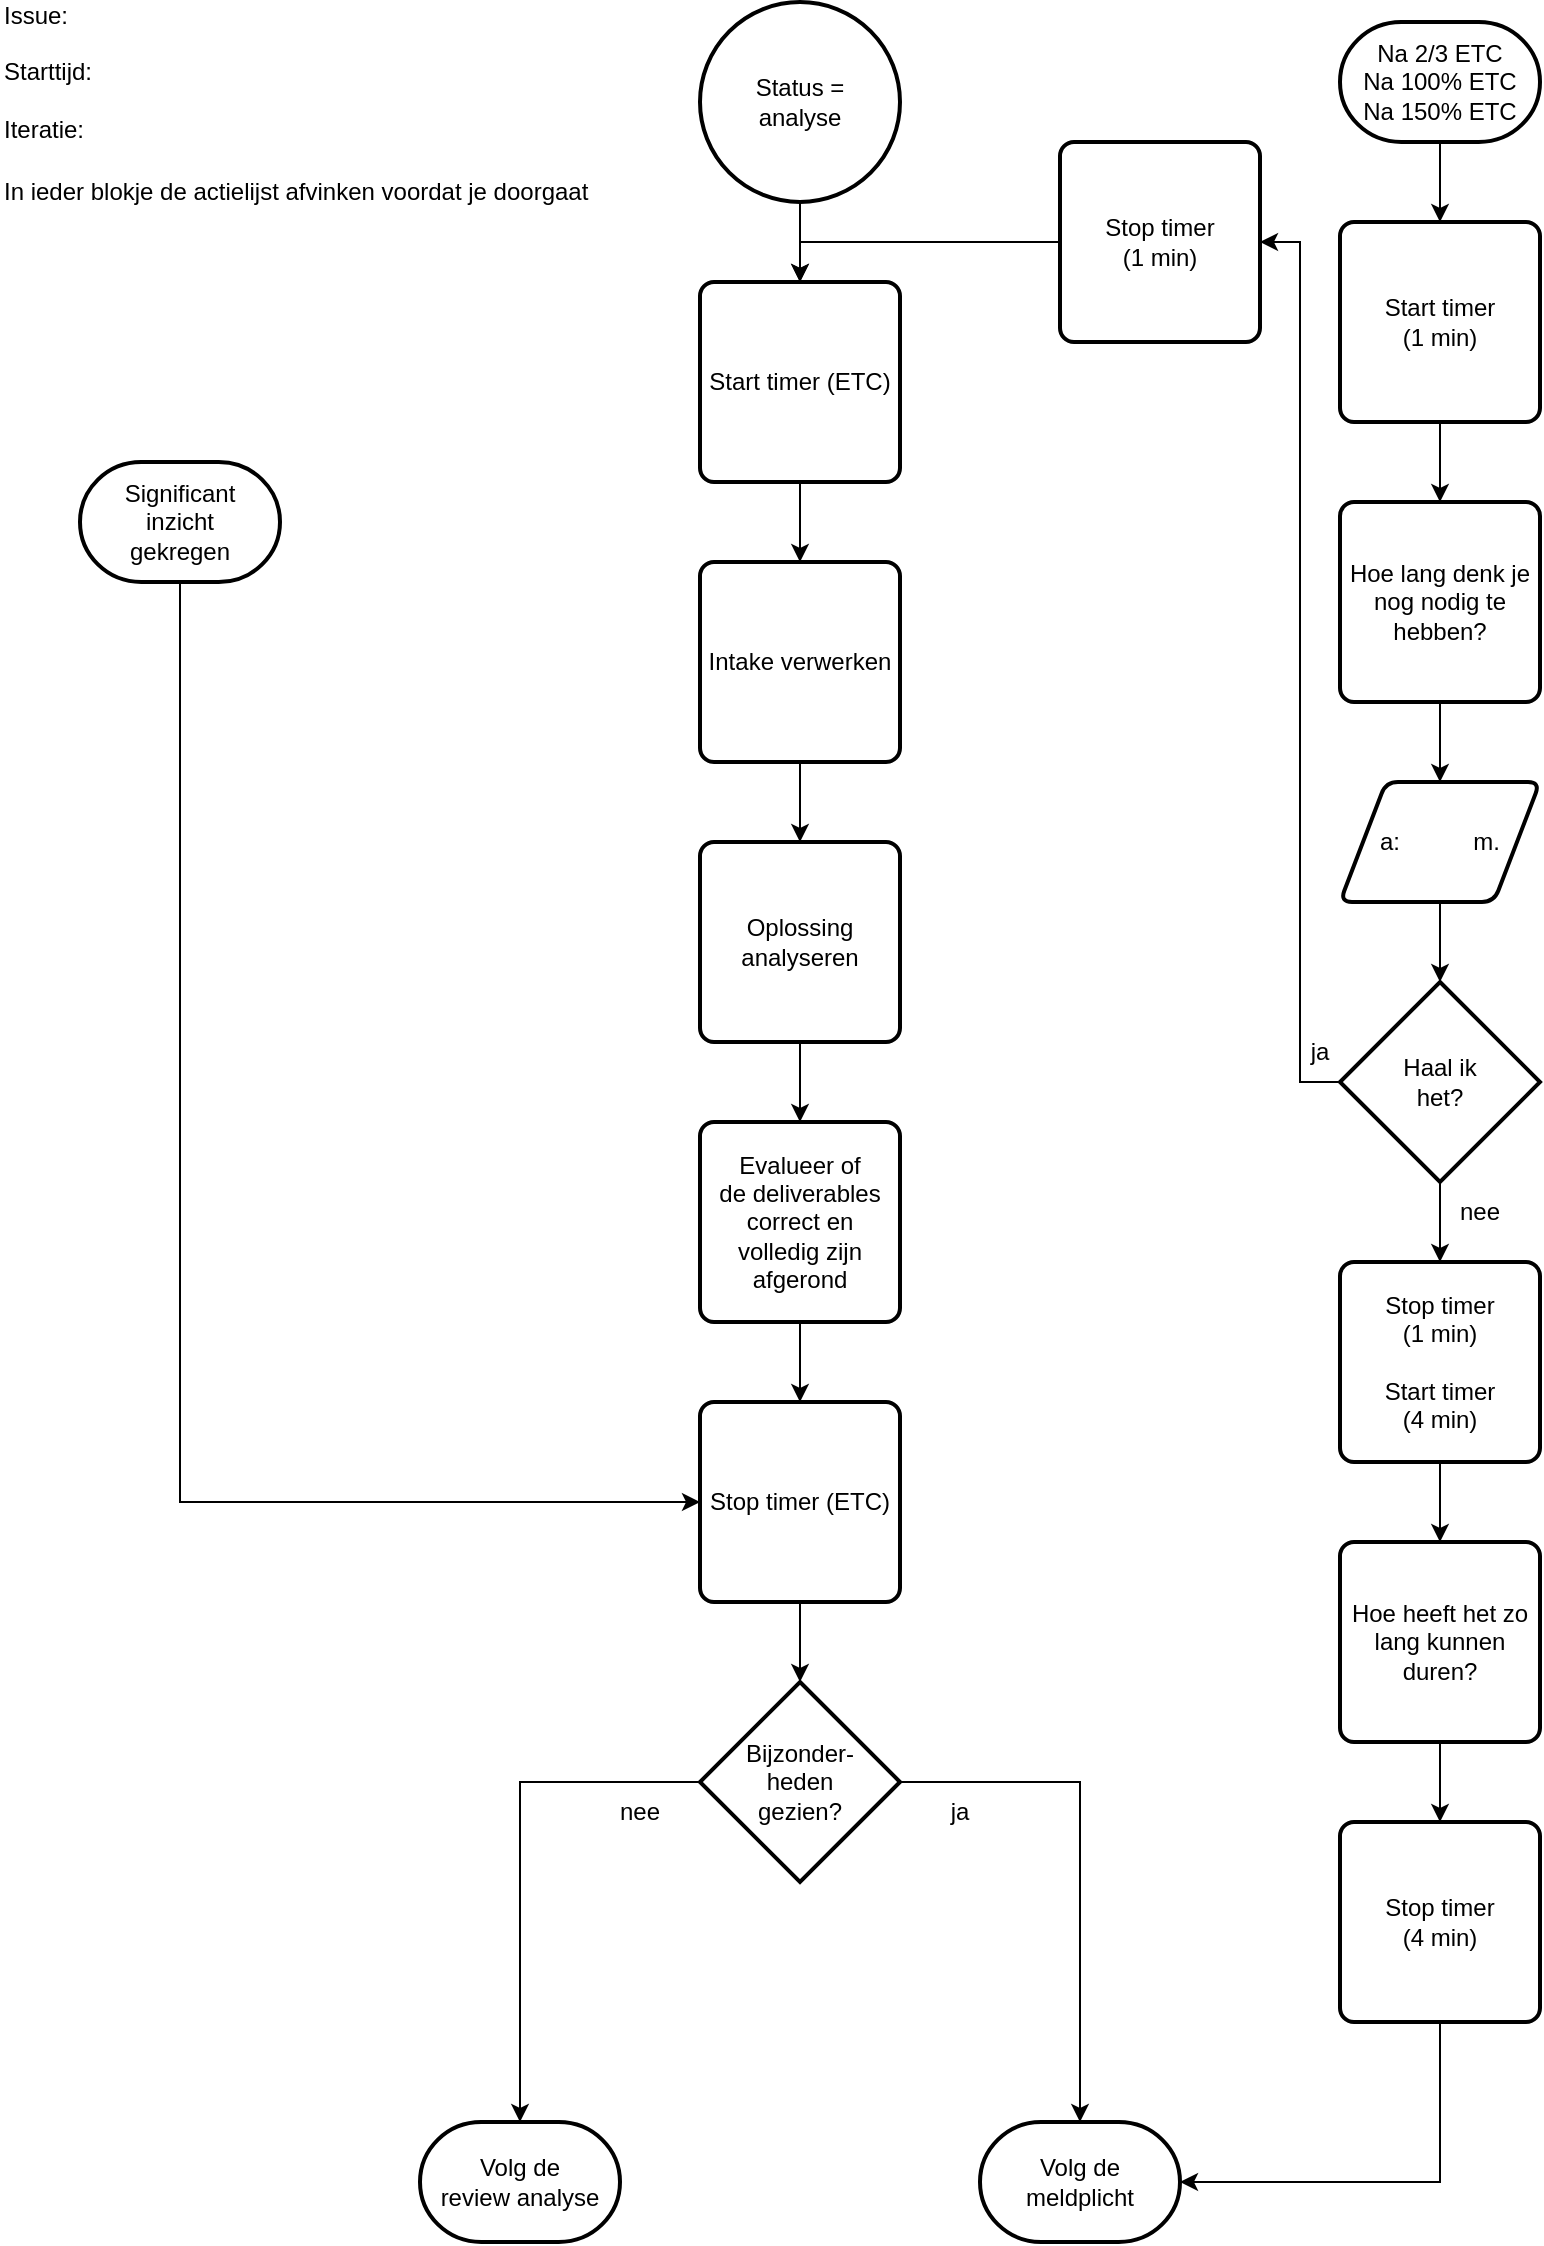
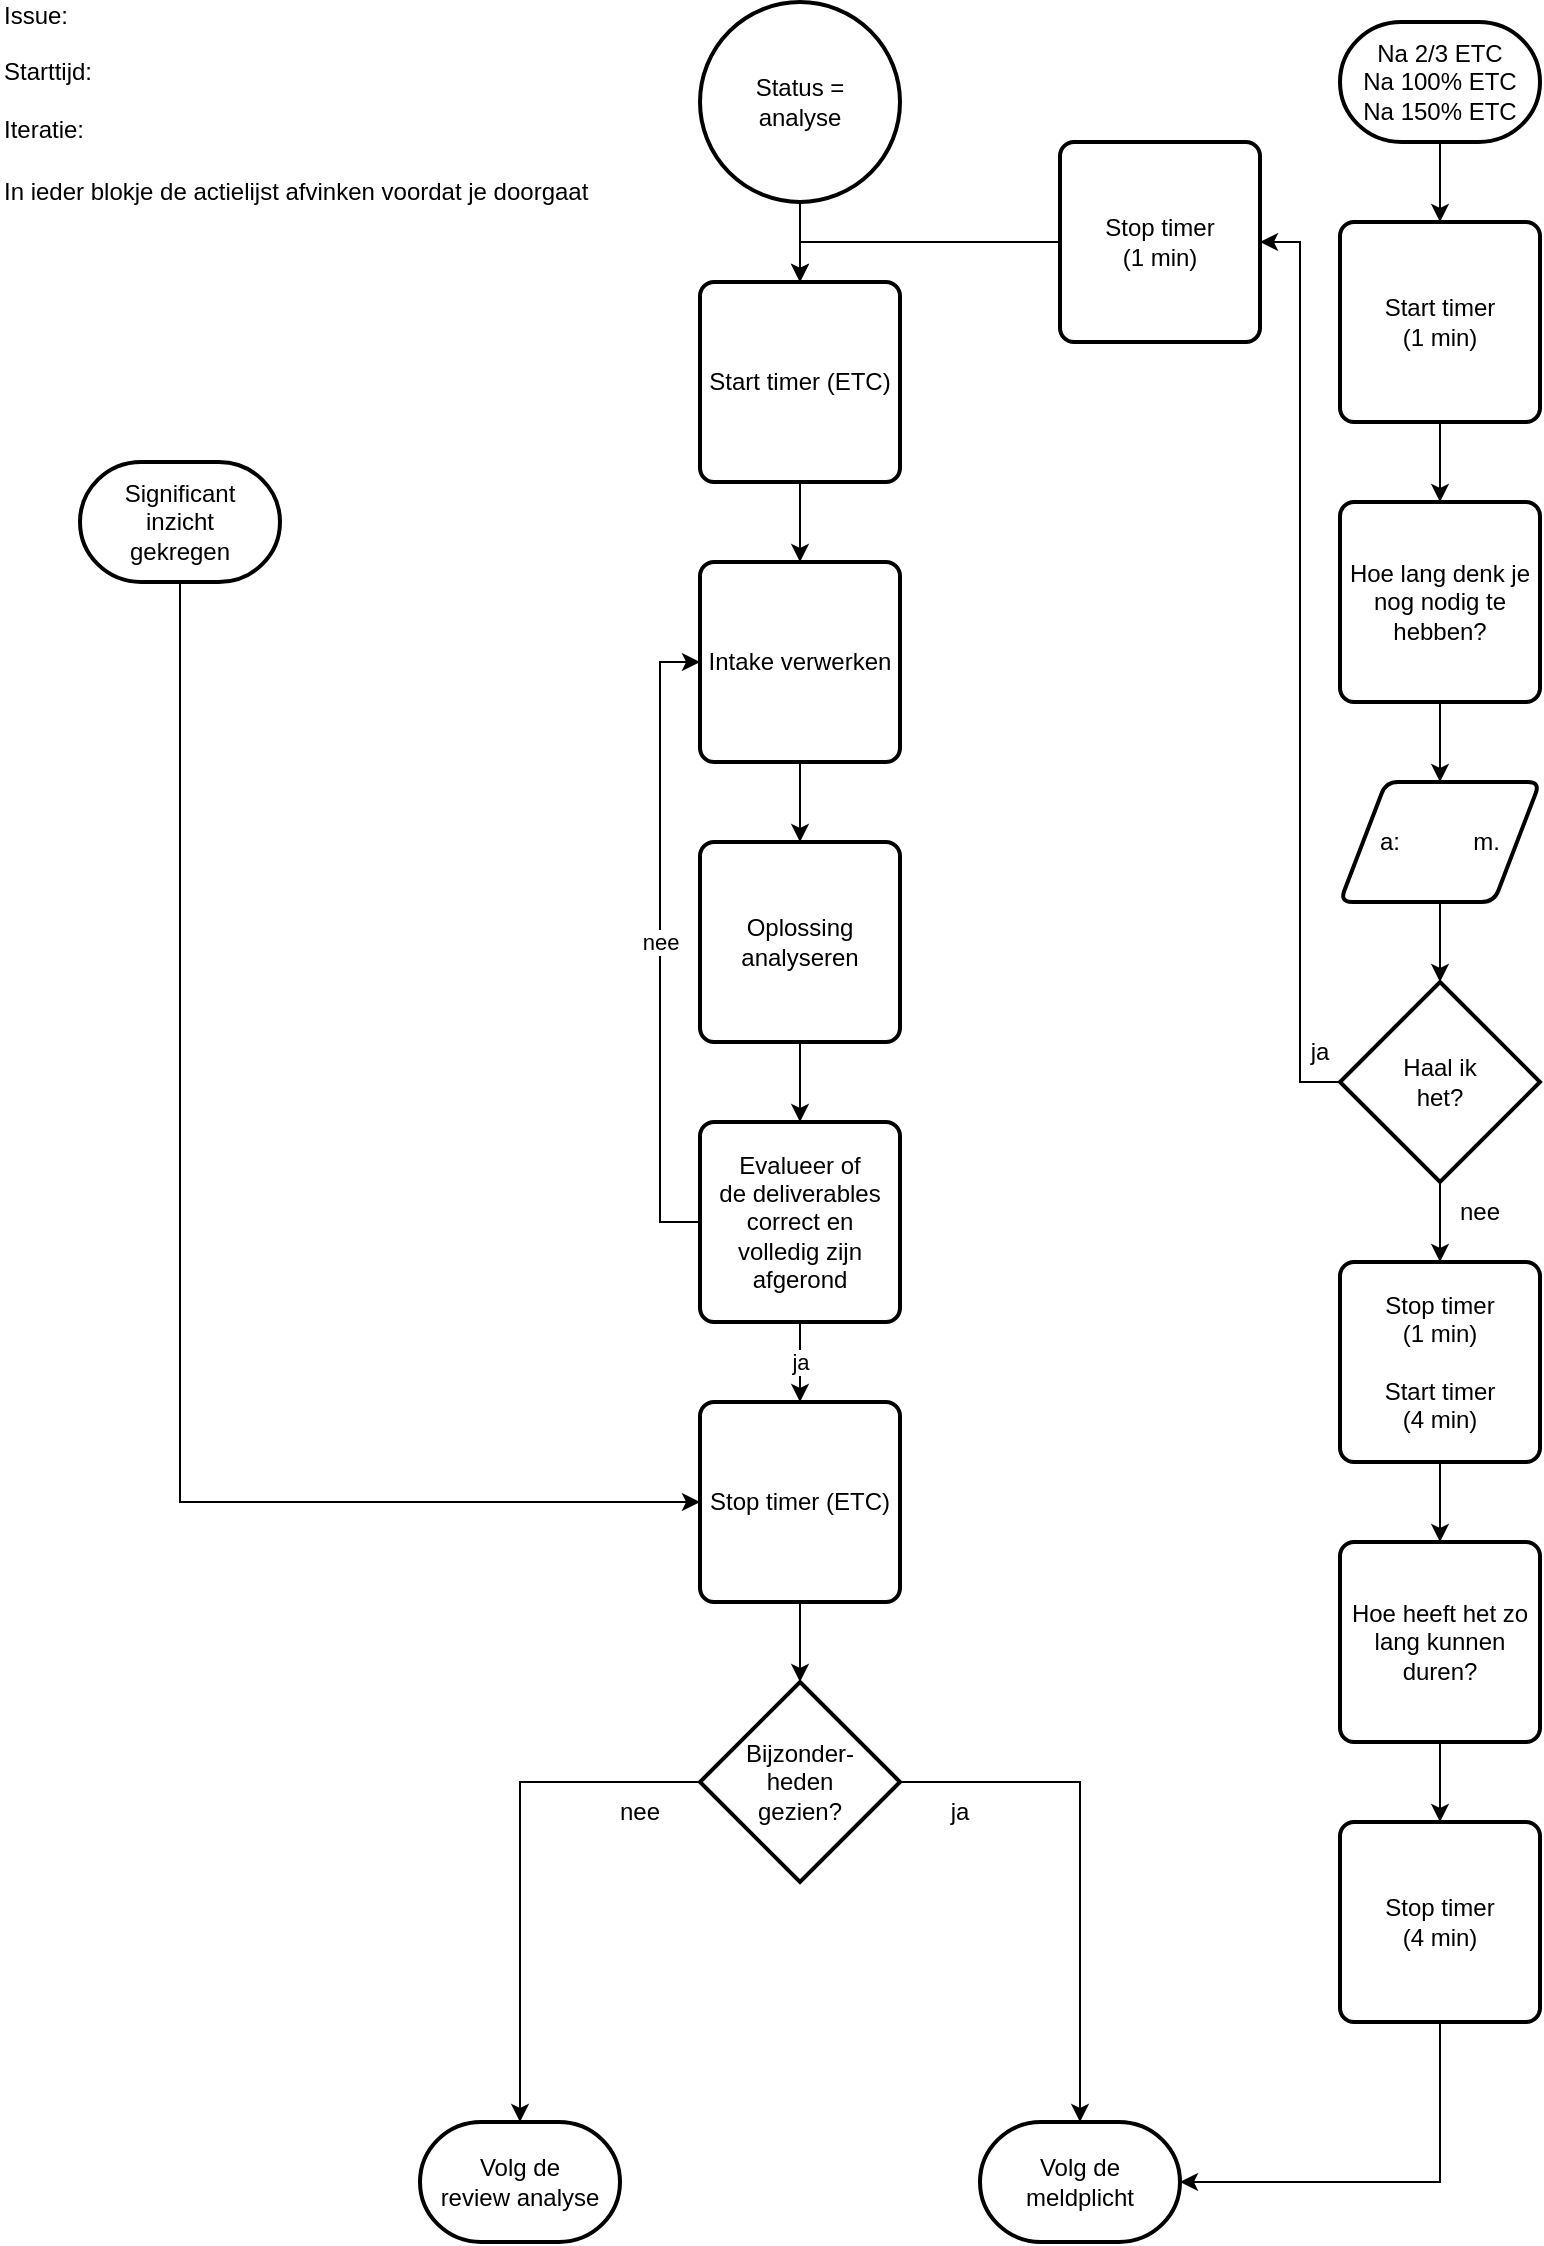
<mxfile host="Electron" agent="Mozilla/5.0 (Windows NT 10.0; Win64; x64) AppleWebKit/537.36 (KHTML, like Gecko) Chrome/143.0.0.0 Safari/537.36">
  <diagram name="Page-1" id="N1ihbLb1V8zAQBHubTxZ">
    <mxGraphModel dx="1685" dy="2321" grid="1" gridSize="10" guides="1" tooltips="1" connect="1" arrows="1" fold="1" page="1" pageScale="1" pageWidth="827" pageHeight="1169" math="0" shadow="0">
      <root>
        <mxCell id="0" />
        <mxCell id="1" parent="0" />
        <mxCell id="XXgrilK3sBboaJHVpPJj-1" edge="1" parent="1" source="XXgrilK3sBboaJHVpPJj-2" style="edgeStyle=orthogonalEdgeStyle;rounded=0;orthogonalLoop=1;jettySize=auto;html=1;" target="XXgrilK3sBboaJHVpPJj-35" value="">
          <mxGeometry relative="1" as="geometry" />
        </mxCell>
        <object label="Status =&lt;br&gt;analyse" Action="301" id="XXgrilK3sBboaJHVpPJj-2">
          <mxCell parent="1" style="strokeWidth=2;html=1;shape=mxgraph.flowchart.start_2;whiteSpace=wrap;" vertex="1">
            <mxGeometry height="100" width="100" x="360" y="-1160" as="geometry" />
          </mxCell>
        </object>
-         <mxCell id="XXgrilK3sBboaJHVpPJj-3" edge="1" parent="1" source="XXgrilK3sBboaJHVpPJj-4" style="edgeStyle=orthogonalEdgeStyle;rounded=0;orthogonalLoop=1;jettySize=auto;html=1;" target="XXgrilK3sBboaJHVpPJj-37" value="">
+         <mxCell id="XXgrilK3sBboaJHVpPJj-3" edge="1" parent="1" source="XXgrilK3sBboaJHVpPJj-4" style="edgeStyle=orthogonalEdgeStyle;rounded=0;orthogonalLoop=1;jettySize=auto;html=1;" target="XXgrilK3sBboaJHVpPJj-37" value="ja">
+           <mxGeometry relative="1" as="geometry" />
+         </mxCell>
+         <mxCell id="XXgrilK3sBboaJHVpPJj-4_nee" edge="1" parent="1" source="XXgrilK3sBboaJHVpPJj-4" style="edgeStyle=orthogonalEdgeStyle;rounded=0;orthogonalLoop=1;jettySize=auto;html=1;exitX=0;exitY=0.5;exitDx=0;exitDy=0;entryX=0;entryY=0.5;entryDx=0;entryDy=0;" target="XXgrilK3sBboaJHVpPJj-28" value="nee">
          <mxGeometry relative="1" as="geometry" />
        </mxCell>
        <object label="Evalueer of&lt;br&gt;de deliverables&lt;br&gt;correct en&lt;br&gt;volledig zijn&lt;br&gt;afgerond" Action="305" id="XXgrilK3sBboaJHVpPJj-4">
          <mxCell parent="1" style="rounded=1;whiteSpace=wrap;html=1;absoluteArcSize=1;arcSize=14;strokeWidth=2;" vertex="1">
            <mxGeometry height="100" width="100" x="360" y="-600" as="geometry" />
          </mxCell>
        </object>
        <object label="Volg de&lt;br&gt;review analyse" Action="307T" id="XXgrilK3sBboaJHVpPJj-5">
          <mxCell parent="1" style="strokeWidth=2;html=1;shape=mxgraph.flowchart.terminator;whiteSpace=wrap;" vertex="1">
            <mxGeometry height="60" width="100" x="220" y="-100" as="geometry" />
          </mxCell>
        </object>
        <mxCell id="XXgrilK3sBboaJHVpPJj-6" edge="1" parent="1" source="XXgrilK3sBboaJHVpPJj-7" style="edgeStyle=orthogonalEdgeStyle;rounded=0;orthogonalLoop=1;jettySize=auto;html=1;exitX=0.5;exitY=1;exitDx=0;exitDy=0;exitPerimeter=0;entryX=0;entryY=0.5;entryDx=0;entryDy=0;" target="XXgrilK3sBboaJHVpPJj-37">
          <mxGeometry relative="1" as="geometry" />
        </mxCell>
        <object label="Significant&lt;br&gt;inzicht&lt;br&gt;gekregen" Action="315" id="XXgrilK3sBboaJHVpPJj-7">
          <mxCell parent="1" style="strokeWidth=2;html=1;shape=mxgraph.flowchart.terminator;whiteSpace=wrap;" vertex="1">
            <mxGeometry height="60" width="100" x="50" y="-930" as="geometry" />
          </mxCell>
        </object>
        <mxCell id="XXgrilK3sBboaJHVpPJj-8" edge="1" parent="1" source="XXgrilK3sBboaJHVpPJj-9" style="edgeStyle=orthogonalEdgeStyle;rounded=0;orthogonalLoop=1;jettySize=auto;html=1;" target="XXgrilK3sBboaJHVpPJj-11" value="">
          <mxGeometry relative="1" as="geometry" />
        </mxCell>
        <object label="Na 2/3 ETC&lt;br&gt;Na 100% ETC&lt;br&gt;Na 150% ETC" Action="308" id="XXgrilK3sBboaJHVpPJj-9">
          <mxCell parent="1" style="strokeWidth=2;html=1;shape=mxgraph.flowchart.terminator;whiteSpace=wrap;" vertex="1">
            <mxGeometry height="60" width="100" x="680" y="-1150" as="geometry" />
          </mxCell>
        </object>
        <mxCell id="XXgrilK3sBboaJHVpPJj-10" edge="1" parent="1" source="XXgrilK3sBboaJHVpPJj-11" style="edgeStyle=orthogonalEdgeStyle;rounded=0;orthogonalLoop=1;jettySize=auto;html=1;" target="XXgrilK3sBboaJHVpPJj-13" value="">
          <mxGeometry relative="1" as="geometry" />
        </mxCell>
        <object label="Start timer&lt;br&gt;(1 min)" Action="309" id="XXgrilK3sBboaJHVpPJj-11">
          <mxCell parent="1" style="rounded=1;whiteSpace=wrap;html=1;absoluteArcSize=1;arcSize=14;strokeWidth=2;" vertex="1">
            <mxGeometry height="100" width="100" x="680" y="-1050" as="geometry" />
          </mxCell>
        </object>
        <mxCell id="XXgrilK3sBboaJHVpPJj-12" edge="1" parent="1" source="XXgrilK3sBboaJHVpPJj-13" style="edgeStyle=orthogonalEdgeStyle;rounded=0;orthogonalLoop=1;jettySize=auto;html=1;" target="XXgrilK3sBboaJHVpPJj-30" value="">
          <mxGeometry relative="1" as="geometry" />
        </mxCell>
        <object label="Hoe lang denk je nog nodig te hebben?" Action="310" id="XXgrilK3sBboaJHVpPJj-13">
          <mxCell parent="1" style="rounded=1;whiteSpace=wrap;html=1;absoluteArcSize=1;arcSize=14;strokeWidth=2;" vertex="1">
            <mxGeometry height="100" width="100" x="680" y="-910" as="geometry" />
          </mxCell>
        </object>
        <mxCell id="XXgrilK3sBboaJHVpPJj-14" edge="1" parent="1" source="XXgrilK3sBboaJHVpPJj-16" style="edgeStyle=orthogonalEdgeStyle;rounded=0;orthogonalLoop=1;jettySize=auto;html=1;exitX=0;exitY=0.5;exitDx=0;exitDy=0;exitPerimeter=0;entryX=1;entryY=0.5;entryDx=0;entryDy=0;" target="XXgrilK3sBboaJHVpPJj-18">
          <mxGeometry relative="1" as="geometry" />
        </mxCell>
        <mxCell id="XXgrilK3sBboaJHVpPJj-15" edge="1" parent="1" source="XXgrilK3sBboaJHVpPJj-16" style="edgeStyle=orthogonalEdgeStyle;rounded=0;orthogonalLoop=1;jettySize=auto;html=1;exitX=0.5;exitY=1;exitDx=0;exitDy=0;exitPerimeter=0;entryX=0.5;entryY=0;entryDx=0;entryDy=0;" target="XXgrilK3sBboaJHVpPJj-22">
          <mxGeometry relative="1" as="geometry" />
        </mxCell>
        <object label="Haal ik&lt;br&gt;het?" Action="312" id="XXgrilK3sBboaJHVpPJj-16">
          <mxCell parent="1" style="strokeWidth=2;html=1;shape=mxgraph.flowchart.decision;whiteSpace=wrap;" vertex="1">
            <mxGeometry height="100" width="100" x="680" y="-670" as="geometry" />
          </mxCell>
        </object>
        <mxCell id="XXgrilK3sBboaJHVpPJj-17" edge="1" parent="1" source="XXgrilK3sBboaJHVpPJj-18" style="edgeStyle=orthogonalEdgeStyle;rounded=0;orthogonalLoop=1;jettySize=auto;html=1;exitX=0;exitY=0.5;exitDx=0;exitDy=0;entryX=0.5;entryY=0;entryDx=0;entryDy=0;" target="XXgrilK3sBboaJHVpPJj-35">
          <mxGeometry relative="1" as="geometry" />
        </mxCell>
        <object label="Stop timer&lt;br&gt;(1 min)" Action="312T" id="XXgrilK3sBboaJHVpPJj-18">
          <mxCell parent="1" style="rounded=1;whiteSpace=wrap;html=1;absoluteArcSize=1;arcSize=14;strokeWidth=2;" vertex="1">
            <mxGeometry height="100" width="100" x="540" y="-1090" as="geometry" />
          </mxCell>
        </object>
        <mxCell id="XXgrilK3sBboaJHVpPJj-19" parent="1" style="text;html=1;whiteSpace=wrap;strokeColor=none;fillColor=none;align=center;verticalAlign=middle;rounded=0;" value="ja" vertex="1">
          <mxGeometry height="30" width="60" x="640" y="-650" as="geometry" />
        </mxCell>
        <mxCell id="XXgrilK3sBboaJHVpPJj-20" parent="1" style="text;html=1;whiteSpace=wrap;strokeColor=none;fillColor=none;align=center;verticalAlign=middle;rounded=0;" value="nee" vertex="1">
          <mxGeometry height="30" width="60" x="720" y="-570" as="geometry" />
        </mxCell>
        <mxCell id="XXgrilK3sBboaJHVpPJj-21" edge="1" parent="1" source="XXgrilK3sBboaJHVpPJj-22" style="edgeStyle=orthogonalEdgeStyle;rounded=0;orthogonalLoop=1;jettySize=auto;html=1;" target="XXgrilK3sBboaJHVpPJj-24" value="">
          <mxGeometry relative="1" as="geometry" />
        </mxCell>
        <object label="Stop timer&lt;br&gt;(1 min)&lt;br&gt;&lt;br&gt;Start timer&lt;br&gt;(4 min)" Action="312F" id="XXgrilK3sBboaJHVpPJj-22">
          <mxCell parent="1" style="rounded=1;whiteSpace=wrap;html=1;absoluteArcSize=1;arcSize=14;strokeWidth=2;" vertex="1">
            <mxGeometry height="100" width="100" x="680" y="-530" as="geometry" />
          </mxCell>
        </object>
        <mxCell id="XXgrilK3sBboaJHVpPJj-23" edge="1" parent="1" source="XXgrilK3sBboaJHVpPJj-24" style="edgeStyle=orthogonalEdgeStyle;rounded=0;orthogonalLoop=1;jettySize=auto;html=1;" target="XXgrilK3sBboaJHVpPJj-32" value="">
          <mxGeometry relative="1" as="geometry" />
        </mxCell>
        <object label="Hoe heeft het zo lang kunnen duren?" Action="313" id="XXgrilK3sBboaJHVpPJj-24">
          <mxCell parent="1" style="rounded=1;whiteSpace=wrap;html=1;absoluteArcSize=1;arcSize=14;strokeWidth=2;" vertex="1">
            <mxGeometry height="100" width="100" x="680" y="-390" as="geometry" />
          </mxCell>
        </object>
        <mxCell id="XXgrilK3sBboaJHVpPJj-25" edge="1" parent="1" source="XXgrilK3sBboaJHVpPJj-26" style="edgeStyle=orthogonalEdgeStyle;rounded=0;orthogonalLoop=1;jettySize=auto;html=1;exitX=0.5;exitY=1;exitDx=0;exitDy=0;entryX=0.5;entryY=0;entryDx=0;entryDy=0;" target="XXgrilK3sBboaJHVpPJj-4">
          <mxGeometry relative="1" as="geometry" />
        </mxCell>
        <object label="Oplossing analyseren" Action="304" id="XXgrilK3sBboaJHVpPJj-26">
          <mxCell parent="1" style="rounded=1;whiteSpace=wrap;html=1;absoluteArcSize=1;arcSize=14;strokeWidth=2;" vertex="1">
            <mxGeometry height="100" width="100" x="360" y="-740" as="geometry" />
          </mxCell>
        </object>
        <mxCell id="XXgrilK3sBboaJHVpPJj-27" edge="1" parent="1" source="XXgrilK3sBboaJHVpPJj-28" style="edgeStyle=orthogonalEdgeStyle;rounded=0;orthogonalLoop=1;jettySize=auto;html=1;exitX=0.5;exitY=1;exitDx=0;exitDy=0;entryX=0.5;entryY=0;entryDx=0;entryDy=0;" target="XXgrilK3sBboaJHVpPJj-26">
          <mxGeometry relative="1" as="geometry" />
        </mxCell>
        <object label="Intake verwerken" Action="303" id="XXgrilK3sBboaJHVpPJj-28">
          <mxCell parent="1" style="rounded=1;whiteSpace=wrap;html=1;absoluteArcSize=1;arcSize=14;strokeWidth=2;" vertex="1">
            <mxGeometry height="100" width="100" x="360" y="-880" as="geometry" />
          </mxCell>
        </object>
        <mxCell id="XXgrilK3sBboaJHVpPJj-29" parent="1" style="text;html=1;align=left;verticalAlign=middle;whiteSpace=wrap;rounded=0;" value="Issue:&amp;nbsp; &amp;nbsp;&lt;br&gt;&lt;br&gt;Starttijd:&lt;br&gt;&lt;br&gt;Iteratie:&amp;nbsp;" vertex="1">
          <mxGeometry height="30" width="60" x="10" y="-1140" as="geometry" />
        </mxCell>
        <object label="a:&amp;nbsp; &amp;nbsp; &amp;nbsp; &amp;nbsp; &amp;nbsp; &amp;nbsp;m." Action="311" id="XXgrilK3sBboaJHVpPJj-30">
          <mxCell parent="1" style="shape=parallelogram;html=1;strokeWidth=2;perimeter=parallelogramPerimeter;whiteSpace=wrap;rounded=1;arcSize=12;size=0.23;" vertex="1">
            <mxGeometry height="60" width="100" x="680" y="-770" as="geometry" />
          </mxCell>
        </object>
        <mxCell id="XXgrilK3sBboaJHVpPJj-31" edge="1" parent="1" source="XXgrilK3sBboaJHVpPJj-30" style="edgeStyle=orthogonalEdgeStyle;rounded=0;orthogonalLoop=1;jettySize=auto;html=1;exitX=0.5;exitY=1;exitDx=0;exitDy=0;entryX=0.5;entryY=0;entryDx=0;entryDy=0;entryPerimeter=0;" target="XXgrilK3sBboaJHVpPJj-16">
          <mxGeometry relative="1" as="geometry" />
        </mxCell>
        <object label="Stop timer&lt;br&gt;(4 min)" Action="314" id="XXgrilK3sBboaJHVpPJj-32">
          <mxCell parent="1" style="rounded=1;whiteSpace=wrap;html=1;absoluteArcSize=1;arcSize=14;strokeWidth=2;" vertex="1">
            <mxGeometry height="100" width="100" x="680" y="-250" as="geometry" />
          </mxCell>
        </object>
        <mxCell id="XXgrilK3sBboaJHVpPJj-33" parent="1" style="text;html=1;whiteSpace=wrap;strokeColor=none;fillColor=none;align=left;verticalAlign=middle;rounded=0;labelPosition=center;verticalLabelPosition=middle;" value="In ieder blokje de actielijst afvinken voordat je doorgaat" vertex="1">
          <mxGeometry height="30" width="300" x="10" y="-1080" as="geometry" />
        </mxCell>
        <mxCell id="XXgrilK3sBboaJHVpPJj-34" edge="1" parent="1" source="XXgrilK3sBboaJHVpPJj-35" style="edgeStyle=orthogonalEdgeStyle;rounded=0;orthogonalLoop=1;jettySize=auto;html=1;" target="XXgrilK3sBboaJHVpPJj-28" value="">
          <mxGeometry relative="1" as="geometry" />
        </mxCell>
        <object label="&lt;font&gt;Start timer (ETC)&lt;/font&gt;" Action="302" id="XXgrilK3sBboaJHVpPJj-35">
          <mxCell parent="1" style="rounded=1;whiteSpace=wrap;html=1;absoluteArcSize=1;arcSize=14;strokeWidth=2;" vertex="1">
            <mxGeometry height="100" width="100" x="360" y="-1020" as="geometry" />
          </mxCell>
        </object>
        <mxCell id="XXgrilK3sBboaJHVpPJj-36" edge="1" parent="1" source="XXgrilK3sBboaJHVpPJj-37" style="edgeStyle=orthogonalEdgeStyle;rounded=0;orthogonalLoop=1;jettySize=auto;html=1;" target="XXgrilK3sBboaJHVpPJj-39" value="">
          <mxGeometry relative="1" as="geometry" />
        </mxCell>
        <object label="Stop timer (ETC)" Action="306" id="XXgrilK3sBboaJHVpPJj-37">
          <mxCell parent="1" style="rounded=1;whiteSpace=wrap;html=1;absoluteArcSize=1;arcSize=14;strokeWidth=2;" vertex="1">
            <mxGeometry height="100" width="100" x="360" y="-460" as="geometry" />
          </mxCell>
        </object>
        <object label="Volg de&lt;br&gt;meldplicht" Action="307F" id="XXgrilK3sBboaJHVpPJj-38">
          <mxCell parent="1" style="strokeWidth=2;html=1;shape=mxgraph.flowchart.terminator;whiteSpace=wrap;" vertex="1">
            <mxGeometry height="60" width="100" x="500" y="-100" as="geometry" />
          </mxCell>
        </object>
        <object label="Bijzonder-&lt;br&gt;heden&lt;br&gt;gezien?" Action="307" id="XXgrilK3sBboaJHVpPJj-39">
          <mxCell parent="1" style="strokeWidth=2;html=1;shape=mxgraph.flowchart.decision;whiteSpace=wrap;" vertex="1">
            <mxGeometry height="100" width="100" x="360" y="-320" as="geometry" />
          </mxCell>
        </object>
        <mxCell id="XXgrilK3sBboaJHVpPJj-40" parent="1" style="text;html=1;whiteSpace=wrap;strokeColor=none;fillColor=none;align=center;verticalAlign=middle;rounded=0;" value="nee" vertex="1">
          <mxGeometry height="30" width="60" x="300" y="-270" as="geometry" />
        </mxCell>
        <mxCell id="XXgrilK3sBboaJHVpPJj-41" parent="1" style="text;html=1;whiteSpace=wrap;strokeColor=none;fillColor=none;align=center;verticalAlign=middle;rounded=0;" value="ja" vertex="1">
          <mxGeometry height="30" width="60" x="460" y="-270" as="geometry" />
        </mxCell>
        <mxCell id="XXgrilK3sBboaJHVpPJj-42" edge="1" parent="1" source="XXgrilK3sBboaJHVpPJj-32" style="edgeStyle=orthogonalEdgeStyle;rounded=0;orthogonalLoop=1;jettySize=auto;html=1;exitX=0.5;exitY=1;exitDx=0;exitDy=0;entryX=1;entryY=0.5;entryDx=0;entryDy=0;entryPerimeter=0;" target="XXgrilK3sBboaJHVpPJj-38">
          <mxGeometry relative="1" as="geometry" />
        </mxCell>
        <mxCell id="XXgrilK3sBboaJHVpPJj-43" edge="1" parent="1" source="XXgrilK3sBboaJHVpPJj-39" style="edgeStyle=orthogonalEdgeStyle;rounded=0;orthogonalLoop=1;jettySize=auto;html=1;exitX=1;exitY=0.5;exitDx=0;exitDy=0;exitPerimeter=0;entryX=0.5;entryY=0;entryDx=0;entryDy=0;entryPerimeter=0;" target="XXgrilK3sBboaJHVpPJj-38">
          <mxGeometry relative="1" as="geometry" />
        </mxCell>
        <mxCell id="XXgrilK3sBboaJHVpPJj-44" edge="1" parent="1" source="XXgrilK3sBboaJHVpPJj-39" style="edgeStyle=orthogonalEdgeStyle;rounded=0;orthogonalLoop=1;jettySize=auto;html=1;exitX=0;exitY=0.5;exitDx=0;exitDy=0;exitPerimeter=0;entryX=0.5;entryY=0;entryDx=0;entryDy=0;entryPerimeter=0;" target="XXgrilK3sBboaJHVpPJj-5">
          <mxGeometry relative="1" as="geometry" />
        </mxCell>
      </root>
    </mxGraphModel>
  </diagram>
</mxfile>
